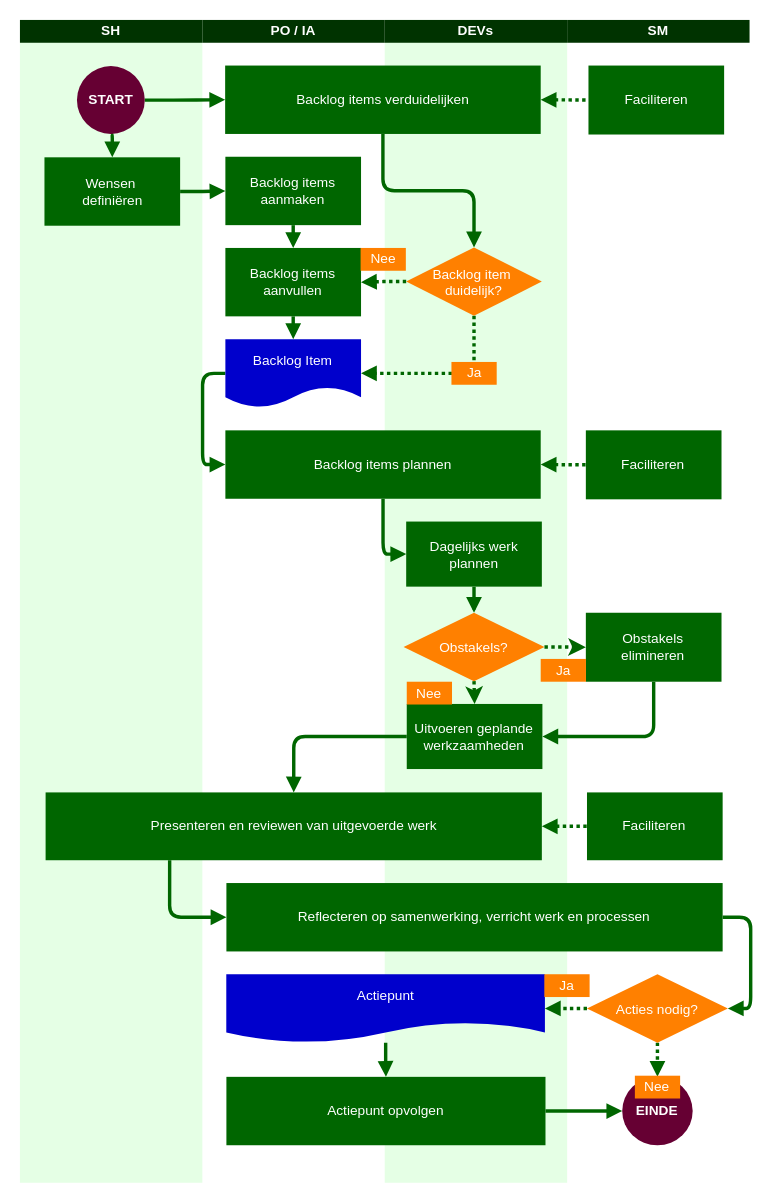
Before: diagrammen/2025-05-10 Opdracht 2 IST Swimlane.drawio in LeroyGerrits/zuyd, a draw.io diagram. Source tidied: cells renumbered, new cells numbered last; positions are measured from the earlier drawing's top-left corner, leaving out a move shared by most shapes. Both pictures are drawn from the tidied source at 114%, with x=0, y=0 at pixel (19, 19).
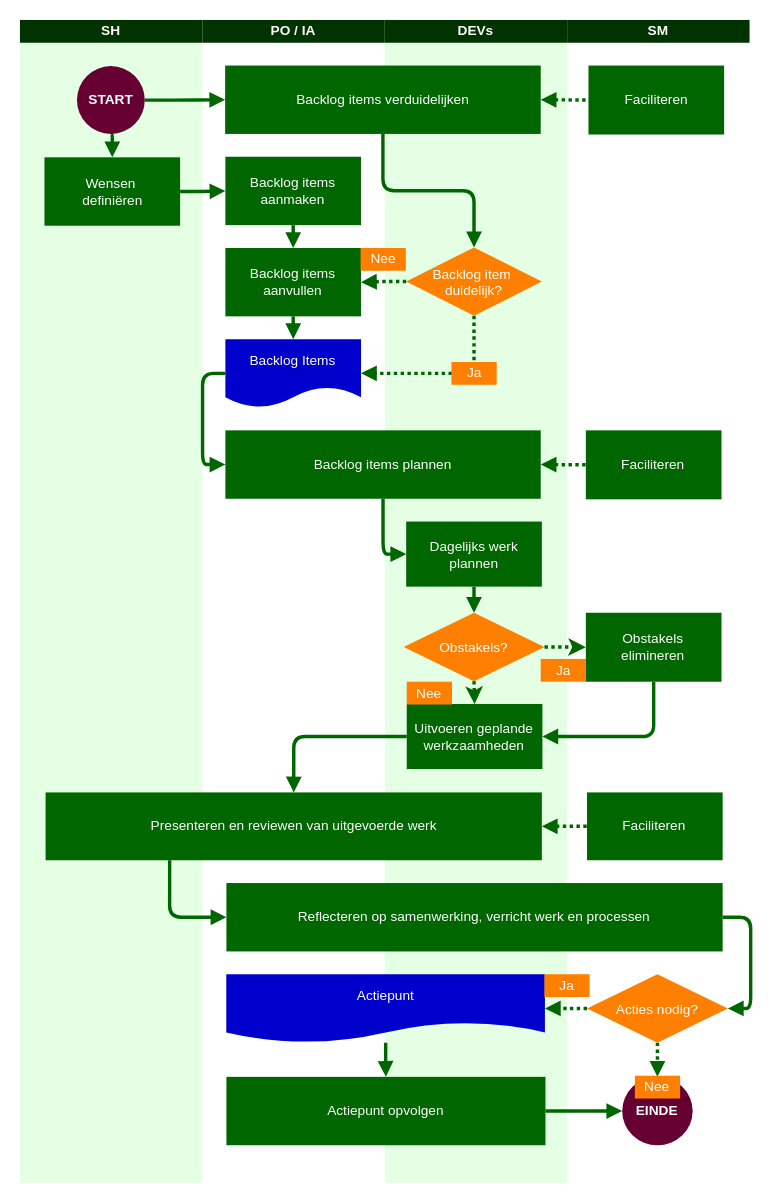
After the change.

The edit, as a diff of the source:
```diff
@@
-    <mxCell id="23" value="Backlog Item" style="shape=document;whiteSpace=wrap;verticalAlign=middle;strokeColor=none;fillColor=#0000CC;shadow=0;fontColor=#FFFFFF;fontFamily=Helvetica;fontStyle=0;html=1;fontSize=12;spacing=6;spacingBottom=22;" parent="1" vertex="1">
+    <mxCell id="23" value="Backlog Items" style="shape=document;whiteSpace=wrap;verticalAlign=middle;strokeColor=none;fillColor=#0000CC;shadow=0;fontColor=#FFFFFF;fontFamily=Helvetica;fontStyle=0;html=1;fontSize=12;spacing=6;spacingBottom=22;" parent="1" vertex="1">
       <mxGeometry x="180.2" y="280" width="119" height="60" as="geometry" />
     </mxCell>
```
